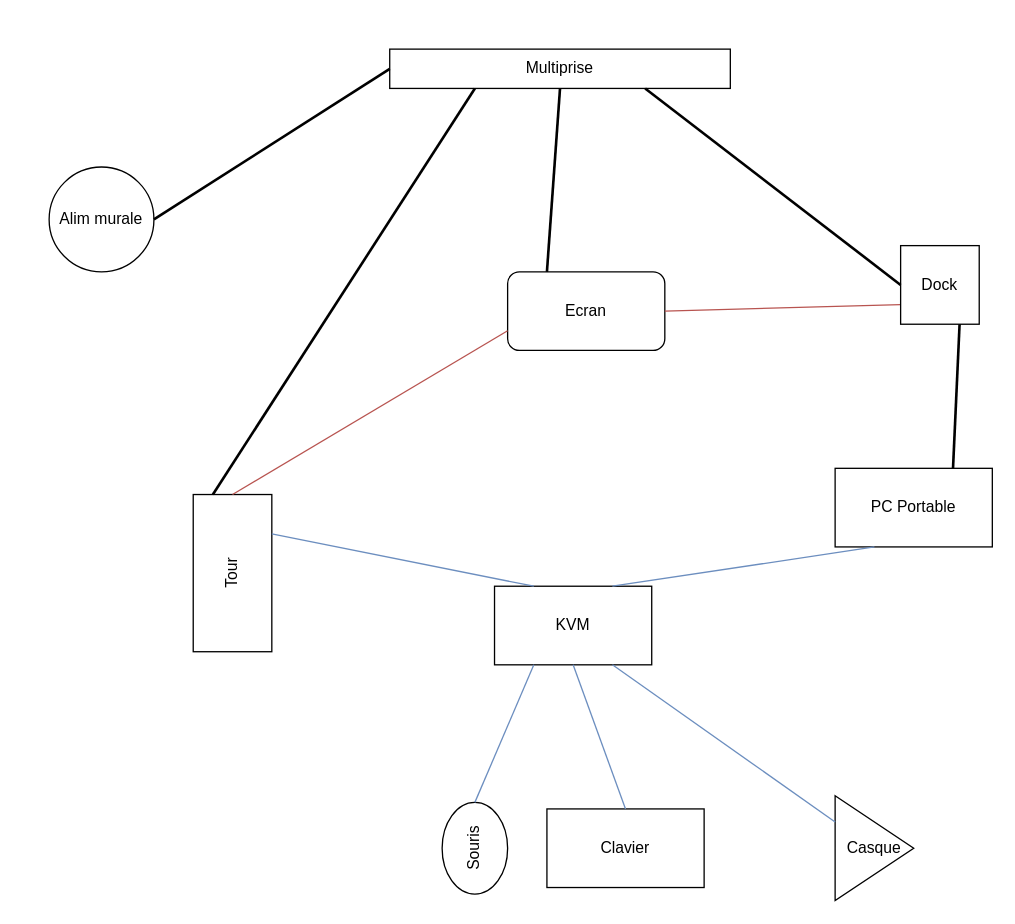
Earlier version of the draw.io diagram dossier/Installation.drawio (docv266/Installation). Source tidied: cells renumbered, new cells numbered last; positions are measured from the earlier drawing's top-left corner, leaving out a move shared by most shapes. Both pictures are drawn from the tidied source at 131%, with x=0, y=0 at pixel (48, 48).
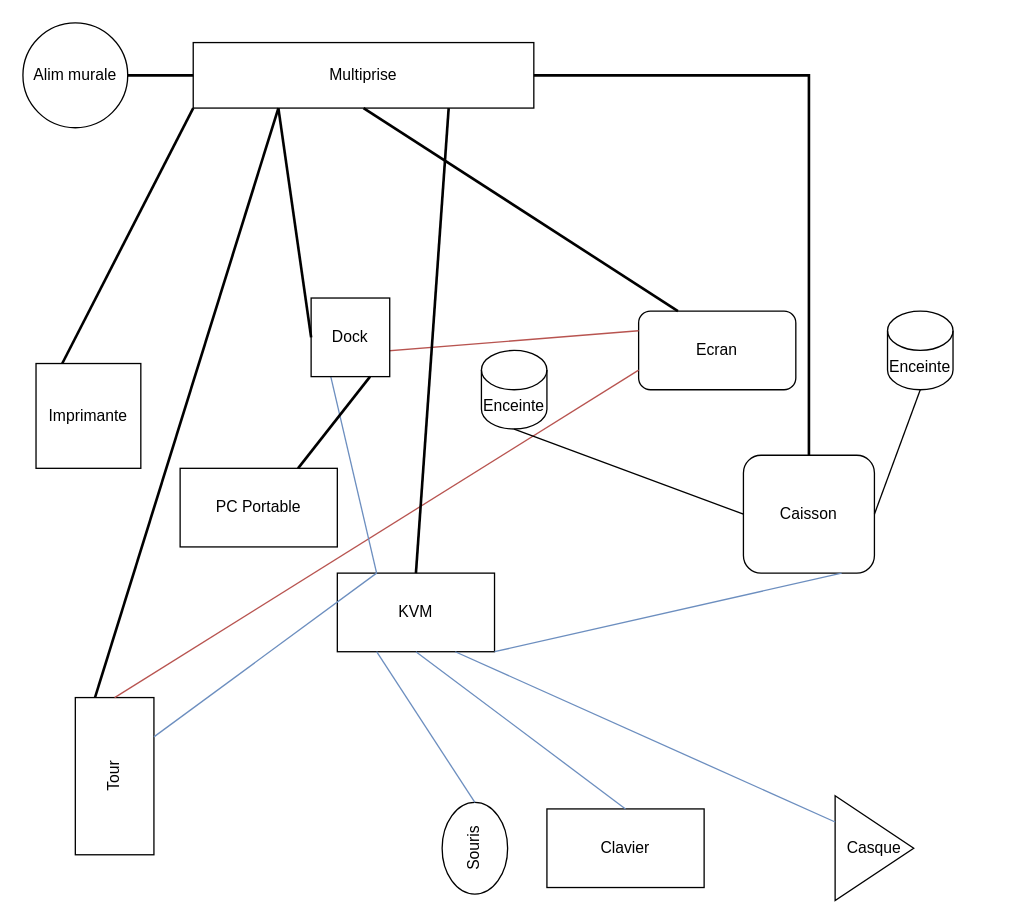
Above is the later version.

Diff of the diagram source:
```diff
@@
     <mxCell id="2" value="Tour" style="rounded=0;whiteSpace=wrap;html=1;rotation=-90;" parent="1" vertex="1">
-      <mxGeometry x="80" y="370" width="120" height="60" as="geometry" />
+      <mxGeometry x="-10" y="525" width="120" height="60" as="geometry" />
     </mxCell>
     <mxCell id="3" value="Ecran" style="rounded=1;whiteSpace=wrap;html=1;" parent="1" vertex="1">
-      <mxGeometry x="350" y="170" width="120" height="60" as="geometry" />
+      <mxGeometry x="450" y="200" width="120" height="60" as="geometry" />
     </mxCell>
     <mxCell id="4" value="PC Portable" style="rounded=0;whiteSpace=wrap;html=1;" parent="1" vertex="1">
-      <mxGeometry x="600" y="320" width="120" height="60" as="geometry" />
+      <mxGeometry x="100" y="320" width="120" height="60" as="geometry" />
     </mxCell>
-    <mxCell id="5" style="endArrow=none;html=1;exitX=0;exitY=0.75;exitDx=0;exitDy=0;entryX=1;entryY=0.5;entryDx=0;entryDy=0;fillColor=#f8cecc;strokeColor=#b85450;" parent="1" edge="1" source="21" target="3">
+    <mxCell id="5" style="endArrow=none;html=1;exitX=0;exitY=0.75;exitDx=0;exitDy=0;entryX=0;entryY=0.25;entryDx=0;entryDy=0;fillColor=#f8cecc;strokeColor=#b85450;" parent="1" edge="1" source="21" target="3">
       <mxGeometry relative="1" as="geometry" />
     </mxCell>
@@
     <mxCell id="10" value="KVM" style="rounded=0;whiteSpace=wrap;html=1;" parent="1" vertex="1">
-      <mxGeometry x="340" y="410" width="120" height="60" as="geometry" />
+      <mxGeometry x="220" y="400" width="120" height="60" as="geometry" />
     </mxCell>
@@
-    <mxCell id="14" style="endArrow=none;html=1;exitX=0.75;exitY=0;exitDx=0;exitDy=0;entryX=0.25;entryY=1;entryDx=0;entryDy=0;fillColor=#dae8fc;strokeColor=#6c8ebf;" parent="1" edge="1" source="10" target="4">
+    <mxCell id="14" style="endArrow=none;html=1;exitX=0.25;exitY=0;exitDx=0;exitDy=0;entryX=0.25;entryY=1;entryDx=0;entryDy=0;fillColor=#dae8fc;strokeColor=#6c8ebf;" parent="1" edge="1" source="10" target="21">
       <mxGeometry relative="1" as="geometry" />
     </mxCell>
@@
     <mxCell id="16" value="Alim murale" style="ellipse;whiteSpace=wrap;html=1;" parent="1" vertex="1">
-      <mxGeometry y="90" width="80" height="80" as="geometry" />
+      <mxGeometry x="-20" y="-20" width="80" height="80" as="geometry" />
     </mxCell>
     <mxCell id="17" value="Multiprise" style="rounded=0;whiteSpace=wrap;html=1;" parent="1" vertex="1">
-      <mxGeometry x="260" width="260" height="30" as="geometry" />
+      <mxGeometry x="110" y="-5" width="260" height="50" as="geometry" />
     </mxCell>
@@
     <mxCell id="21" value="Dock" style="whiteSpace=wrap;html=1;" parent="1" vertex="1">
-      <mxGeometry x="650" y="150" width="60" height="60" as="geometry" />
+      <mxGeometry x="200" y="190" width="60" height="60" as="geometry" />
     </mxCell>
-    <mxCell id="22" style="endArrow=none;html=1;strokeWidth=2;entryX=0;entryY=0.5;entryDx=0;entryDy=0;exitX=0.75;exitY=1;exitDx=0;exitDy=0;" parent="1" edge="1" source="17" target="21">
+    <mxCell id="22" style="endArrow=none;html=1;strokeWidth=2;entryX=0;entryY=0.5;entryDx=0;entryDy=0;exitX=0.25;exitY=1;exitDx=0;exitDy=0;" parent="1" edge="1" source="17" target="21">
       <mxGeometry relative="1" as="geometry" />
     </mxCell>
@@
+    <mxCell id="24" style="endArrow=none;html=1;exitX=0.5;exitY=0;exitDx=0;exitDy=0;entryX=0.75;entryY=1;entryDx=0;entryDy=0;strokeWidth=2;" parent="1" edge="1" source="10" target="17">
+      <mxGeometry relative="1" as="geometry" />
+    </mxCell>
+    <mxCell id="25" value="Imprimante" style="whiteSpace=wrap;html=1;" parent="1" vertex="1">
+      <mxGeometry x="-10" y="240" width="80" height="80" as="geometry" />
+    </mxCell>
+    <mxCell id="26" style="endArrow=none;html=1;strokeWidth=2;exitX=0.25;exitY=0;exitDx=0;exitDy=0;entryX=0;entryY=1;entryDx=0;entryDy=0;" parent="1" edge="1" source="25" target="17">
+      <mxGeometry relative="1" as="geometry" />
+    </mxCell>
+    <mxCell id="27" value="Enceinte" style="shape=cylinder3;whiteSpace=wrap;html=1;boundedLbl=1;backgroundOutline=1;size=15;" parent="1" vertex="1">
+      <mxGeometry x="330" y="230" width="50" height="60" as="geometry" />
+    </mxCell>
+    <mxCell id="28" value="Enceinte" style="shape=cylinder3;whiteSpace=wrap;html=1;boundedLbl=1;backgroundOutline=1;size=15;" parent="1" vertex="1">
+      <mxGeometry x="640" y="200" width="50" height="60" as="geometry" />
+    </mxCell>
+    <mxCell id="29" style="edgeStyle=orthogonalEdgeStyle;rounded=0;jettySize=auto;html=1;exitX=0.5;exitY=0;exitDx=0;exitDy=0;entryX=1;entryY=0.5;entryDx=0;entryDy=0;strokeWidth=2;endArrow=none;endFill=0;" parent="1" edge="1" source="30" target="17">
+      <mxGeometry relative="1" as="geometry" />
+    </mxCell>
+    <mxCell id="30" value="Caisson" style="rounded=1;whiteSpace=wrap;html=1;" parent="1" vertex="1">
+      <mxGeometry x="530" y="310" width="100" height="90" as="geometry" />
+    </mxCell>
+    <mxCell id="31" style="endArrow=none;html=1;strokeWidth=1;exitX=0.5;exitY=1;exitDx=0;exitDy=0;exitPerimeter=0;entryX=0;entryY=0.5;entryDx=0;entryDy=0;" parent="1" edge="1" source="27" target="30">
+      <mxGeometry relative="1" as="geometry" />
+    </mxCell>
+    <mxCell id="32" style="endArrow=none;html=1;strokeWidth=1;exitX=1;exitY=0.5;exitDx=0;exitDy=0;entryX=0.5;entryY=1;entryDx=0;entryDy=0;entryPerimeter=0;" parent="1" edge="1" source="30" target="28">
+      <mxGeometry relative="1" as="geometry" />
+    </mxCell>
+    <mxCell id="33" style="endArrow=none;html=1;strokeWidth=1;entryX=0.75;entryY=1;entryDx=0;entryDy=0;exitX=1;exitY=1;exitDx=0;exitDy=0;fillColor=#dae8fc;strokeColor=#6c8ebf;" parent="1" edge="1" source="10" target="30">
+      <mxGeometry relative="1" as="geometry" />
+    </mxCell>
```
